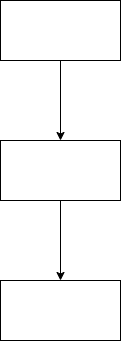
Above: images/2021-6-6/createFiberRootProcess.png in MaplePudding/maplepudding.github.io (draw.io), before the change. Source tidied: cells renumbered, new cells last; positions are measured from the earlier drawing's top-left corner, leaving out a move shared by most shapes.
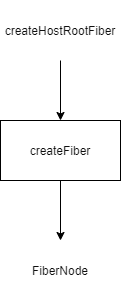
Later version of the same file.

Diff of the diagram source:
```diff
@@ -2,19 +2,19 @@
   <root>
     <mxCell id="0" />
     <mxCell id="1" parent="0" />
-    <mxCell id="2" value="createHostRootFiber" style="rounded=0;whiteSpace=wrap;html=1;fontColor=#FFFFFF;" parent="1" vertex="1">
+    <mxCell id="2" value="createHostRootFiber" style="rounded=0;whiteSpace=wrap;html=1;strokeColor=#FFFFFF;fontColor=#0F0F0F;" parent="1" vertex="1">
       <mxGeometry width="120" height="60" as="geometry" />
     </mxCell>
-    <mxCell id="3" value="createFiber" style="rounded=0;whiteSpace=wrap;html=1;fontColor=#FFFFFF;" parent="1" vertex="1">
-      <mxGeometry y="140" width="120" height="60" as="geometry" />
+    <mxCell id="3" value="&lt;font color=&quot;#0f0f0f&quot;&gt;createFiber&lt;/font&gt;" style="rounded=0;whiteSpace=wrap;html=1;fontColor=#FFFFFF;" parent="1" vertex="1">
+      <mxGeometry y="120" width="120" height="60" as="geometry" />
     </mxCell>
-    <mxCell id="4" value="FiberNode" style="rounded=0;whiteSpace=wrap;html=1;fontColor=#FFFFFF;" parent="1" vertex="1">
-      <mxGeometry y="280" width="120" height="60" as="geometry" />
+    <mxCell id="4" value="FiberNode" style="rounded=0;whiteSpace=wrap;html=1;strokeColor=#FFFFFF;fontColor=#0F0F0F;" parent="1" vertex="1">
+      <mxGeometry y="240" width="120" height="60" as="geometry" />
     </mxCell>
-    <mxCell id="5" style="endArrow=classic;html=1;fontColor=#FFFFFF;entryX=0.5;entryY=0;entryDx=0;entryDy=0;exitX=0.5;exitY=1;exitDx=0;exitDy=0;" parent="1" edge="1" source="2" target="3">
+    <mxCell id="5" style="endArrow=classic;html=1;fontColor=#0F0F0F;entryX=0.5;entryY=0;entryDx=0;entryDy=0;exitX=0.5;exitY=1;exitDx=0;exitDy=0;" parent="1" edge="1" source="2" target="3">
       <mxGeometry relative="1" as="geometry" />
     </mxCell>
-    <mxCell id="6" style="endArrow=classic;html=1;fontColor=#FFFFFF;entryX=0.5;entryY=0;entryDx=0;entryDy=0;exitX=0.5;exitY=1;exitDx=0;exitDy=0;" parent="1" edge="1" source="3" target="4">
+    <mxCell id="6" style="endArrow=classic;html=1;fontColor=#0F0F0F;entryX=0.5;entryY=0;entryDx=0;entryDy=0;exitX=0.5;exitY=1;exitDx=0;exitDy=0;" parent="1" edge="1" source="3" target="4">
       <mxGeometry relative="1" as="geometry" />
     </mxCell>
   </root>
```
